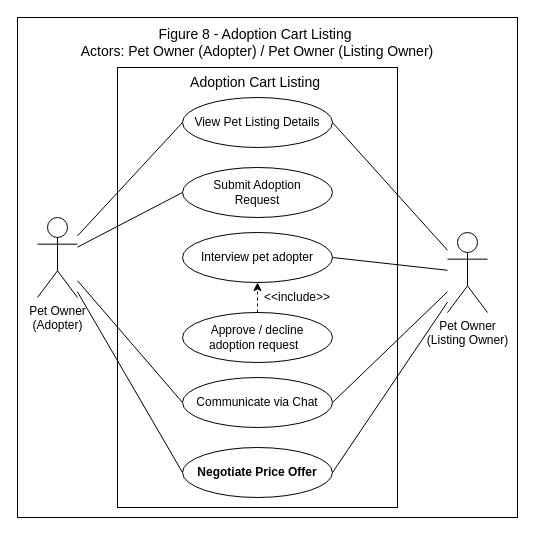
Chels013/Breedr-Diagrams keeps this draw.io diagram as page "Fig-8" (8 of 10) of USE-CASE_Diagram_Franco.drawio. Above is the earlier version. Source tidied: cells renumbered, new cells numbered last; positions are measured from the earlier drawing's top-left corner, leaving out a move shared by most shapes. Both pictures are drawn from the tidied source at 100%, with x=0, y=0 at pixel (17, 17).
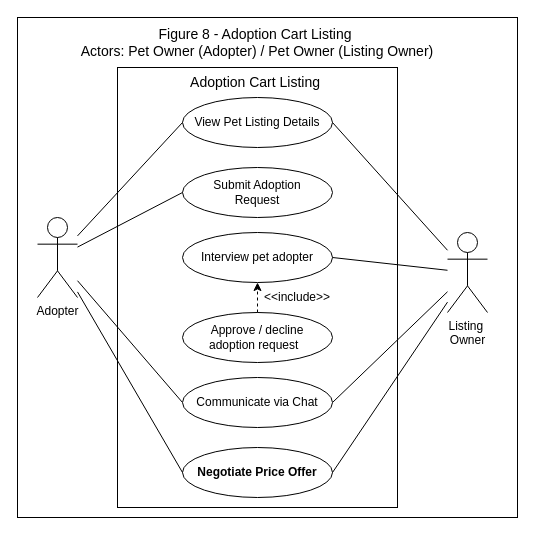
After the change.

The edit, as a diff of the source:
```diff
@@
-    <mxCell id="4" value="Pet Owner&lt;div&gt;(Adopter)&lt;/div&gt;" style="shape=umlActor;verticalLabelPosition=bottom;verticalAlign=top;html=1;outlineConnect=0;" parent="1" vertex="1">
+    <mxCell id="4" value="Adopter" style="shape=umlActor;verticalLabelPosition=bottom;verticalAlign=top;html=1;outlineConnect=0;" parent="1" vertex="1">
       <mxGeometry x="20" y="200" width="40" height="80" as="geometry" />
     </mxCell>
-    <mxCell id="5" value="Pet Owner&lt;div&gt;(Listing Owner)&lt;/div&gt;" style="shape=umlActor;verticalLabelPosition=bottom;verticalAlign=top;html=1;outlineConnect=0;" parent="1" vertex="1">
+    <mxCell id="5" value="Listing&amp;nbsp;&lt;div&gt;Owner&lt;/div&gt;" style="shape=umlActor;verticalLabelPosition=bottom;verticalAlign=top;html=1;outlineConnect=0;" parent="1" vertex="1">
       <mxGeometry x="430" y="215" width="40" height="80" as="geometry" />
     </mxCell>
```
